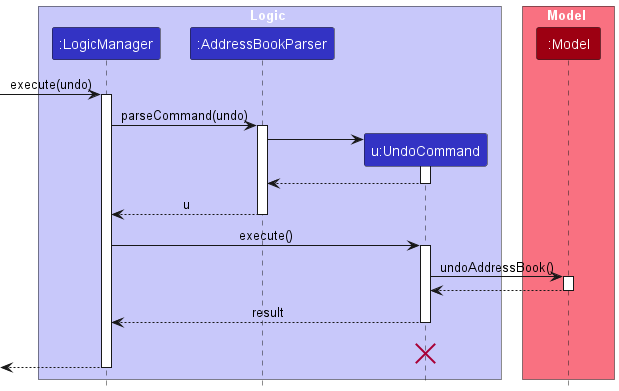
The PlantUML diagram docs/images/UndoSequenceDiagram-Logic.png in nus-cs2103-AY2324S2/tp, before a commit.
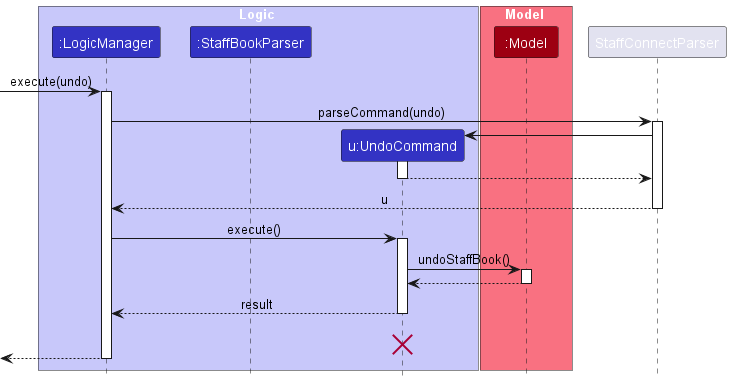
Later version of the same file.

Commit message:
Update the pics generated by puml files

The edit, as a diff of the source:
```diff
@@ -4,7 +4,7 @@
 
 box Logic LOGIC_COLOR_T1
 participant ":LogicManager" as LogicManager LOGIC_COLOR
-participant ":AddressBookParser" as AddressBookParser LOGIC_COLOR
+participant ":StaffBookParser" as StaffBookParser LOGIC_COLOR
 participant "u:UndoCommand" as UndoCommand LOGIC_COLOR
 end box
 
@@ -14,23 +14,23 @@
 [-> LogicManager : execute(undo)
 activate LogicManager
 
-LogicManager -> AddressBookParser : parseCommand(undo)
-activate AddressBookParser
+LogicManager -> StaffConnectParser : parseCommand(undo)
+activate StaffConnectParser
 
 create UndoCommand
-AddressBookParser -> UndoCommand
+StaffConnectParser -> UndoCommand
 activate UndoCommand
 
-UndoCommand --> AddressBookParser
+UndoCommand --> StaffConnectParser
 deactivate UndoCommand
 
-AddressBookParser --> LogicManager : u
-deactivate AddressBookParser
+StaffConnectParser --> LogicManager : u
+deactivate StaffConnectParser
 
 LogicManager -> UndoCommand : execute()
 activate UndoCommand
 
-UndoCommand -> Model : undoAddressBook()
+UndoCommand -> Model : undoStaffBook()
 activate Model
 
 Model --> UndoCommand
```
